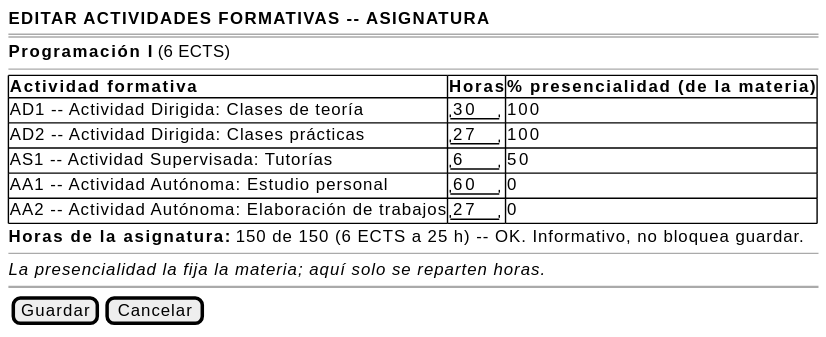
The PlantUML diagram images/RUP/01-requisitos/03-detalle-casos-uso/editarActividadesFormativasAsignaturaPrograma/wireframe.svg in mmasias/pyCeldaPublico, before a commit. Source of this version:
```plantuml
@startsalt editarActividadesFormativasAsignaturaPrograma-wireframe
{
    <b>EDITAR ACTIVIDADES FORMATIVAS -- ASIGNATURA</b>
    ====
    <b>Programación I</b> (6 ECTS)
    --
    {#
        <b>Actividad formativa</b>                          | <b>Horas</b> | <b>% presencialidad (de la materia)</b>
        AD1 -- Actividad Dirigida: Clases de teoría          | "30  "       | 100
        AD2 -- Actividad Dirigida: Clases prácticas          | "27  "       | 100
        AS1 -- Actividad Supervisada: Tutorías               | "6   "       | 50
        AA1 -- Actividad Autónoma: Estudio personal          | "60  "       | 0
        AA2 -- Actividad Autónoma: Elaboración de trabajos   | "27  "       | 0
    }
    <b>Horas de la asignatura:</b> 150 de 150 (6 ECTS a 25 h) -- OK. Informativo, no bloquea guardar.
    --
    <i>La presencialidad la fija la materia; aquí solo se reparten horas.</i>
    ~~
    {[Guardar] | [Cancelar]}
}
@endsalt
```
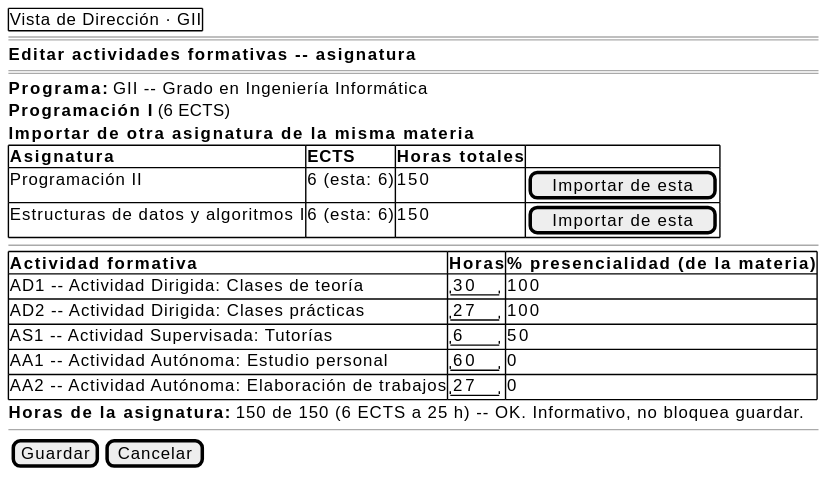
After the commit.

Change to the diagram source:
```diff
@@ -1,11 +1,20 @@
 @startsalt editarActividadesFormativasAsignaturaPrograma-wireframe
 {
-    <b>EDITAR ACTIVIDADES FORMATIVAS -- ASIGNATURA</b>
+    {+ Vista de Dirección · GII }
     ====
+    <b>Editar actividades formativas -- asignatura</b>
+    ====
+    <b>Programa:</b> GII -- Grado en Ingeniería Informática
     <b>Programación I</b> (6 ECTS)
+    <b>Importar de otra asignatura de la misma materia</b>
+    {#
+        <b>Asignatura | <b>ECTS | <b>Horas totales | .
+        Programación II | 6 (esta: 6) | 150 | [Importar de esta]
+        Estructuras de datos y algoritmos I | 6 (esta: 6) | 150 | [Importar de esta]
+    }
     --
     {#
-        <b>Actividad formativa</b>                          | <b>Horas</b> | <b>% presencialidad (de la materia)</b>
+        <b>Actividad formativa                          | <b>Horas | <b>% presencialidad (de la materia)
         AD1 -- Actividad Dirigida: Clases de teoría          | "30  "       | 100
         AD2 -- Actividad Dirigida: Clases prácticas          | "27  "       | 100
         AS1 -- Actividad Supervisada: Tutorías               | "6   "       | 50
@@ -14,8 +23,6 @@
     }
     <b>Horas de la asignatura:</b> 150 de 150 (6 ECTS a 25 h) -- OK. Informativo, no bloquea guardar.
     --
-    <i>La presencialidad la fija la materia; aquí solo se reparten horas.</i>
-    ~~
     {[Guardar] | [Cancelar]}
 }
 @endsalt
```
